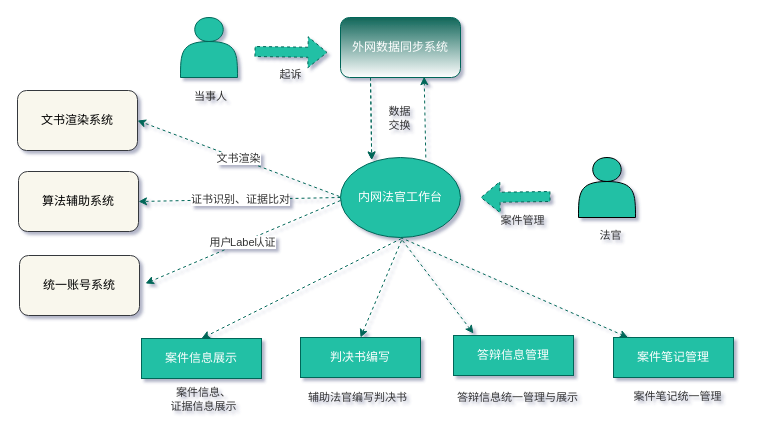
Earlier version of the draw.io diagram Untitled Diagram.drawio (easyhaloo/config). Source tidied: cells renumbered, new cells numbered last; positions are measured from the earlier drawing's top-left corner, leaving out a move shared by most shapes. Both pictures are drawn from the tidied source at 100%, with x=0, y=0 at pixel (17, 17).
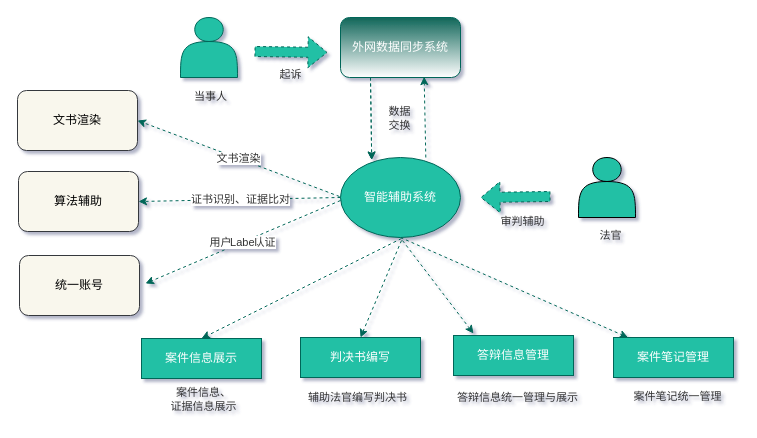
Above is the later version.

What changed in the source:
```diff
@@
-    <mxCell id="4" value="文书渲染系统" style="rounded=1;whiteSpace=wrap;html=1;fillColor=#f9f7ed;strokeColor=#36393d;" parent="1" vertex="1">
+    <mxCell id="4" value="文书渲染" style="rounded=1;whiteSpace=wrap;html=1;fillColor=#f9f7ed;strokeColor=#36393d;" parent="1" vertex="1">
       <mxGeometry y="73" width="120" height="60" as="geometry" />
     </mxCell>
-    <mxCell id="5" value="算法辅助系统" style="rounded=1;whiteSpace=wrap;html=1;fillColor=#f9f7ed;strokeColor=#36393d;" parent="1" vertex="1">
+    <mxCell id="5" value="算法辅助" style="rounded=1;whiteSpace=wrap;html=1;fillColor=#f9f7ed;strokeColor=#36393d;" parent="1" vertex="1">
       <mxGeometry x="1" y="154" width="120" height="60" as="geometry" />
     </mxCell>
-    <mxCell id="6" value="&lt;font color=&quot;#ffffff&quot;&gt;内网法官工作台&lt;/font&gt;" style="ellipse;whiteSpace=wrap;html=1;fillColor=#21C0A5;strokeColor=#006658;fontColor=#5C5C5C;" parent="1" vertex="1">
+    <mxCell id="6" value="&lt;font color=&quot;#ffffff&quot;&gt;智能辅助系统&lt;/font&gt;" style="ellipse;whiteSpace=wrap;html=1;fillColor=#21C0A5;strokeColor=#006658;fontColor=#5C5C5C;" parent="1" vertex="1">
       <mxGeometry x="323" y="140" width="120" height="80" as="geometry" />
     </mxCell>
@@
-    <mxCell id="27" value="统一账号系统" style="rounded=1;whiteSpace=wrap;html=1;fillColor=#f9f7ed;strokeColor=#36393d;" parent="1" vertex="1">
+    <mxCell id="27" value="统一账号" style="rounded=1;whiteSpace=wrap;html=1;fillColor=#f9f7ed;strokeColor=#36393d;" parent="1" vertex="1">
       <mxGeometry x="2" y="238" width="120" height="60" as="geometry" />
     </mxCell>
@@
-    <mxCell id="37" value="案件管理" style="text;html=1;align=center;verticalAlign=middle;strokeColor=none;fillColor=none;fontSize=11;fontFamily=Helvetica;fontColor=#333333;" parent="1" vertex="1">
-      <mxGeometry x="475" y="194" width="59" height="18" as="geometry" />
+    <mxCell id="37" value="审判辅助" style="text;html=1;align=center;verticalAlign=middle;strokeColor=none;fillColor=none;fontSize=11;fontFamily=Helvetica;fontColor=#333333;" parent="1" vertex="1">
+      <mxGeometry x="476" y="195" width="58" height="17" as="geometry" />
     </mxCell>
```
